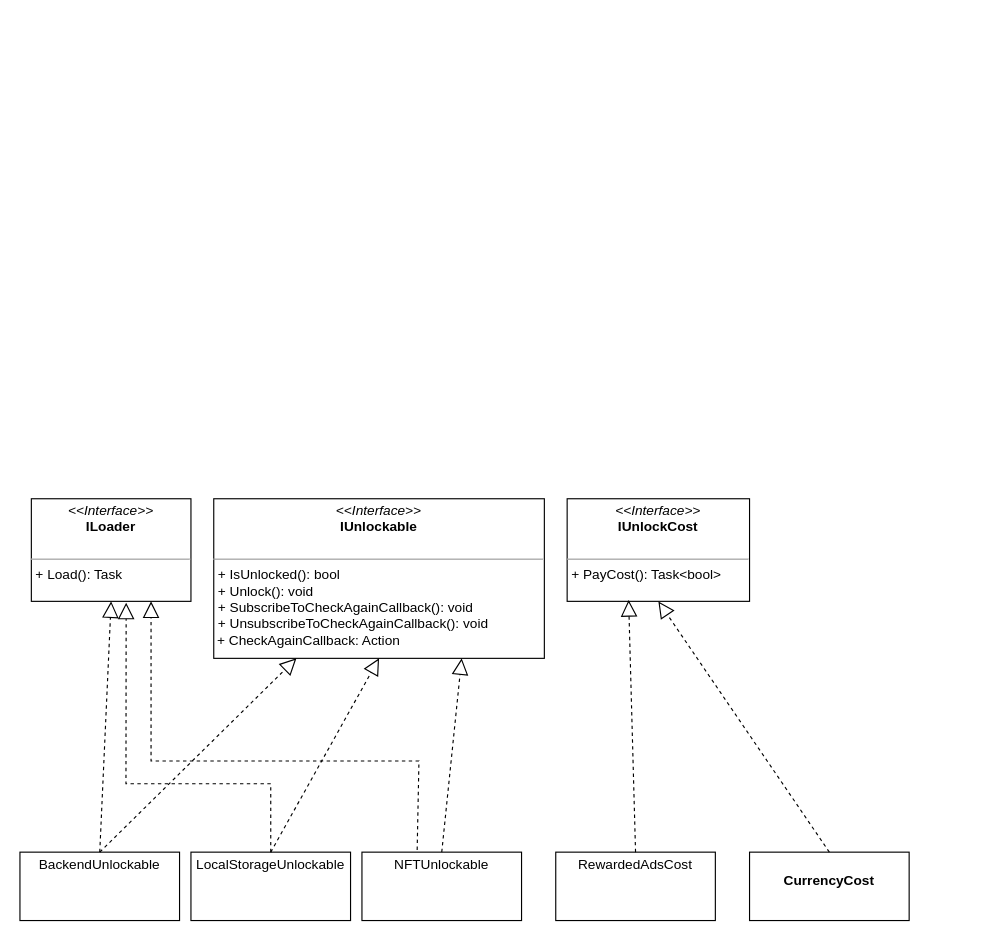
The draw.io diagram _docs/Diagrams/Unlockables.drawio in mnicolas94/minid-casualspaceship, before the edit. Source tidied: cells renumbered, new cells numbered last; positions are measured from the earlier drawing's top-left corner, leaving out a move shared by most shapes. Both pictures are drawn from the tidied source at 114%, with x=0, y=0 at pixel (19, 498).
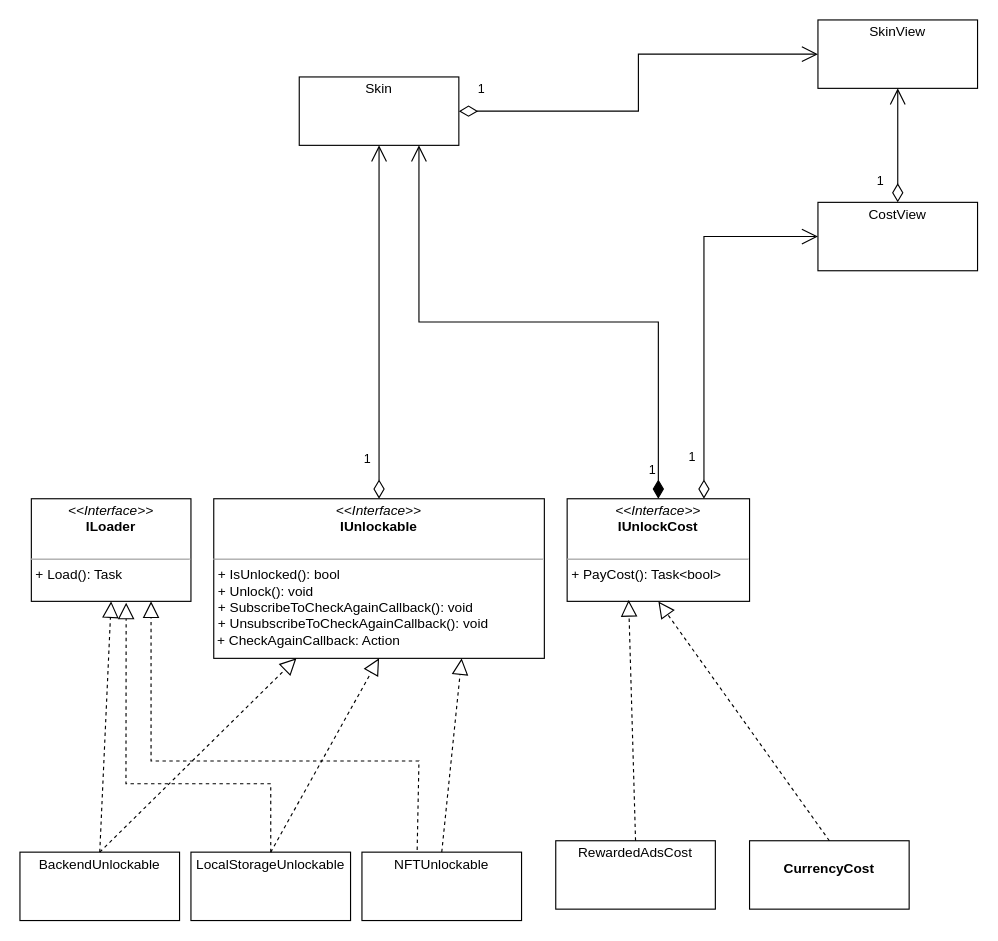
The same diagram, later.

Unchanged cells that the change refers to:
```xml
<mxCell id="2" value="&lt;p style=&quot;margin:0px;margin-top:4px;text-align:center;&quot;&gt;&lt;i&gt;&amp;lt;&amp;lt;Interface&amp;gt;&amp;gt;&lt;/i&gt;&lt;br&gt;&lt;b&gt;IUnlockable&lt;/b&gt;&lt;/p&gt;&lt;br&gt;&lt;hr size=&quot;1&quot;&gt;&lt;p style=&quot;margin:0px;margin-left:4px;&quot;&gt;+&amp;nbsp;IsUnlocked&lt;span style=&quot;background-color: initial;&quot;&gt;(): bool&lt;/span&gt;&lt;/p&gt;&lt;p style=&quot;margin:0px;margin-left:4px;&quot;&gt;&lt;span style=&quot;background-color: initial;&quot;&gt;+ Unlock(): void&lt;/span&gt;&lt;/p&gt;&lt;p style=&quot;margin:0px;margin-left:4px;&quot;&gt;+&amp;nbsp;SubscribeToCheckAgainCallback&lt;span style=&quot;background-color: initial;&quot;&gt;(): void&lt;/span&gt;&lt;/p&gt;&lt;p style=&quot;margin:0px;margin-left:4px;&quot;&gt;+&amp;nbsp;UnsubscribeToCheckAgainCallback&lt;span style=&quot;background-color: initial;&quot;&gt;(): void&lt;/span&gt;&lt;/p&gt;&amp;nbsp;+&amp;nbsp;CheckAgainCallback&lt;span style=&quot;background-color: initial;&quot;&gt;: Action&lt;/span&gt;" style="verticalAlign=top;align=left;overflow=fill;fontSize=12;fontFamily=Helvetica;html=1;whiteSpace=wrap;" parent="1" vertex="1">
  <mxGeometry x="170" width="290" height="140" as="geometry" />
</mxCell>
<mxCell id="3" value="&lt;p style=&quot;margin:0px;margin-top:4px;text-align:center;&quot;&gt;&lt;i&gt;&amp;lt;&amp;lt;Interface&amp;gt;&amp;gt;&lt;/i&gt;&lt;br&gt;&lt;b&gt;IUnlockCost&lt;/b&gt;&lt;/p&gt;&lt;br&gt;&lt;hr size=&quot;1&quot;&gt;&lt;p style=&quot;margin:0px;margin-left:4px;&quot;&gt;+ PayCost(): Task&amp;lt;bool&amp;gt;&lt;/p&gt;" style="verticalAlign=top;align=left;overflow=fill;fontSize=12;fontFamily=Helvetica;html=1;whiteSpace=wrap;" parent="1" vertex="1">
  <mxGeometry x="480" width="160" height="90" as="geometry" />
</mxCell>
```

What changed in the source:
```diff
@@
     <mxCell id="5" value="&lt;p style=&quot;margin:0px;margin-top:4px;text-align:center;&quot;&gt;&lt;br&gt;&lt;b&gt;CurrencyCost&lt;/b&gt;&lt;/p&gt;" style="verticalAlign=top;align=left;overflow=fill;fontSize=12;fontFamily=Helvetica;html=1;whiteSpace=wrap;" parent="1" vertex="1">
-      <mxGeometry x="640" y="310" width="140" height="60" as="geometry" />
+      <mxGeometry x="640" y="300" width="140" height="60" as="geometry" />
     </mxCell>
@@
     <mxCell id="7" value="&lt;p style=&quot;margin:0px;margin-top:4px;text-align:center;&quot;&gt;RewardedAdsCost&lt;/p&gt;" style="verticalAlign=top;align=left;overflow=fill;fontSize=12;fontFamily=Helvetica;html=1;whiteSpace=wrap;" parent="1" vertex="1">
-      <mxGeometry x="470" y="310" width="140" height="60" as="geometry" />
+      <mxGeometry x="470" y="300" width="140" height="60" as="geometry" />
     </mxCell>
@@
+    <mxCell id="18" value="&lt;p style=&quot;margin:0px;margin-top:4px;text-align:center;&quot;&gt;Skin&lt;/p&gt;" style="verticalAlign=top;align=left;overflow=fill;fontSize=12;fontFamily=Helvetica;html=1;whiteSpace=wrap;" parent="1" vertex="1">
+      <mxGeometry x="245" y="-370" width="140" height="60" as="geometry" />
+    </mxCell>
+    <mxCell id="19" value="1" style="endArrow=open;html=1;endSize=12;startArrow=diamondThin;startSize=14;startFill=0;edgeStyle=orthogonalEdgeStyle;align=left;verticalAlign=bottom;rounded=0;entryX=0.5;entryY=1;entryDx=0;entryDy=0;exitX=0.5;exitY=0;exitDx=0;exitDy=0;" parent="1" edge="1" source="2" target="18">
+      <mxGeometry x="-0.83" y="15" relative="1" as="geometry" />
+    </mxCell>
+    <mxCell id="20" value="1" style="endArrow=open;html=1;endSize=12;startArrow=diamondThin;startSize=14;startFill=1;edgeStyle=orthogonalEdgeStyle;align=left;verticalAlign=bottom;rounded=0;exitX=0.5;exitY=0;exitDx=0;exitDy=0;entryX=0.75;entryY=1;entryDx=0;entryDy=0;" parent="1" edge="1" source="3" target="18">
+      <mxGeometry x="-0.94" y="10" relative="1" as="geometry" />
+    </mxCell>
+    <mxCell id="21" value="&lt;p style=&quot;margin:0px;margin-top:4px;text-align:center;&quot;&gt;SkinView&lt;/p&gt;" style="verticalAlign=top;align=left;overflow=fill;fontSize=12;fontFamily=Helvetica;html=1;whiteSpace=wrap;" parent="1" vertex="1">
+      <mxGeometry x="700" y="-420" width="140" height="60" as="geometry" />
+    </mxCell>
+    <mxCell id="22" value="&lt;p style=&quot;margin:0px;margin-top:4px;text-align:center;&quot;&gt;CostView&lt;/p&gt;" style="verticalAlign=top;align=left;overflow=fill;fontSize=12;fontFamily=Helvetica;html=1;whiteSpace=wrap;" parent="1" vertex="1">
+      <mxGeometry x="700" y="-260" width="140" height="60" as="geometry" />
+    </mxCell>
+    <mxCell id="23" value="1" style="endArrow=open;html=1;endSize=12;startArrow=diamondThin;startSize=14;startFill=0;edgeStyle=orthogonalEdgeStyle;align=left;verticalAlign=bottom;rounded=0;entryX=0;entryY=0.5;entryDx=0;entryDy=0;exitX=0.75;exitY=0;exitDx=0;exitDy=0;" parent="1" edge="1" source="3" target="22">
+      <mxGeometry x="-0.83" y="15" relative="1" as="geometry" />
+    </mxCell>
+    <mxCell id="24" value="1" style="endArrow=open;html=1;endSize=12;startArrow=diamondThin;startSize=14;startFill=0;edgeStyle=orthogonalEdgeStyle;align=left;verticalAlign=bottom;rounded=0;entryX=0;entryY=0.5;entryDx=0;entryDy=0;exitX=1;exitY=0.5;exitDx=0;exitDy=0;" parent="1" edge="1" source="18" target="21">
+      <mxGeometry x="-0.92" y="10" relative="1" as="geometry" />
+    </mxCell>
+    <mxCell id="25" value="1" style="endArrow=open;html=1;endSize=12;startArrow=diamondThin;startSize=14;startFill=0;edgeStyle=orthogonalEdgeStyle;align=left;verticalAlign=bottom;rounded=0;entryX=0.5;entryY=1;entryDx=0;entryDy=0;exitX=0.5;exitY=0;exitDx=0;exitDy=0;" parent="1" edge="1" source="22" target="21">
+      <mxGeometry x="-0.8" y="20" relative="1" as="geometry" />
+    </mxCell>
```
